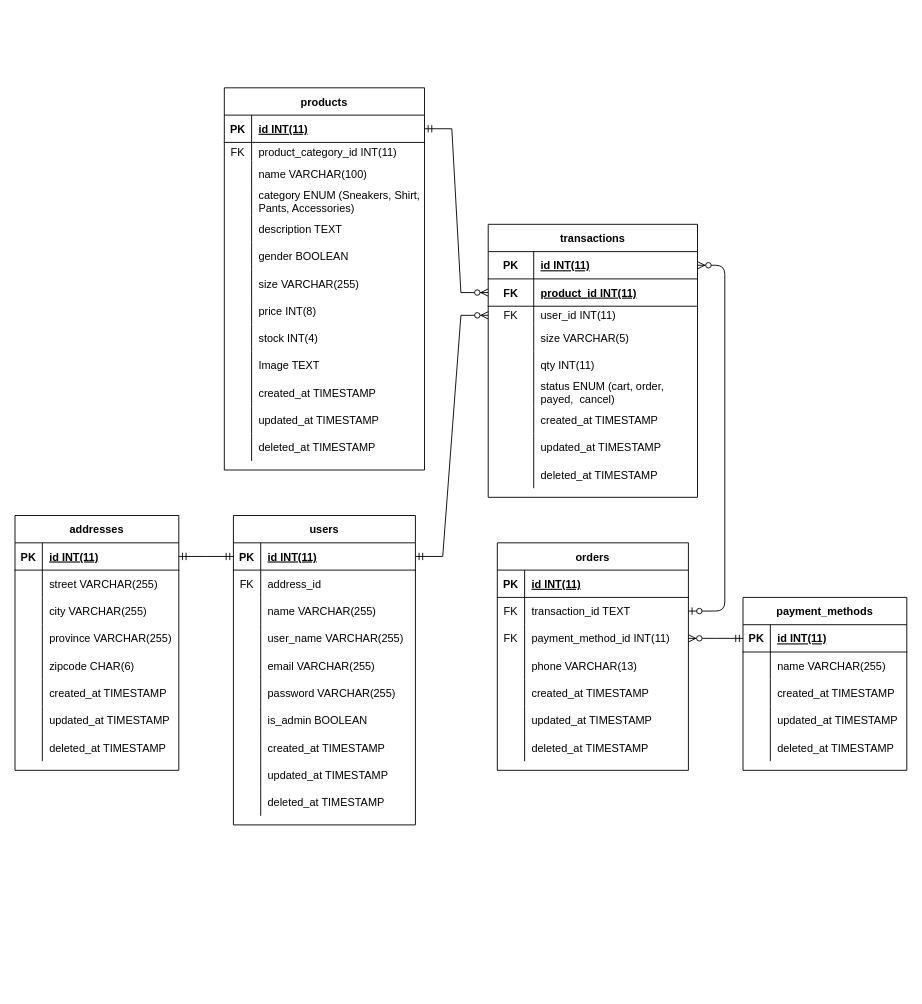
e-commerce-group-1/BE keeps this draw.io diagram as ERD/ERD Olshop.drawio. Above is the earlier version. Source tidied: cells renumbered, new cells numbered last; positions are measured from the earlier drawing's top-left corner, leaving out a move shared by most shapes. Both pictures are drawn from the tidied source at 91%, with x=0, y=0 at pixel (15, 87).
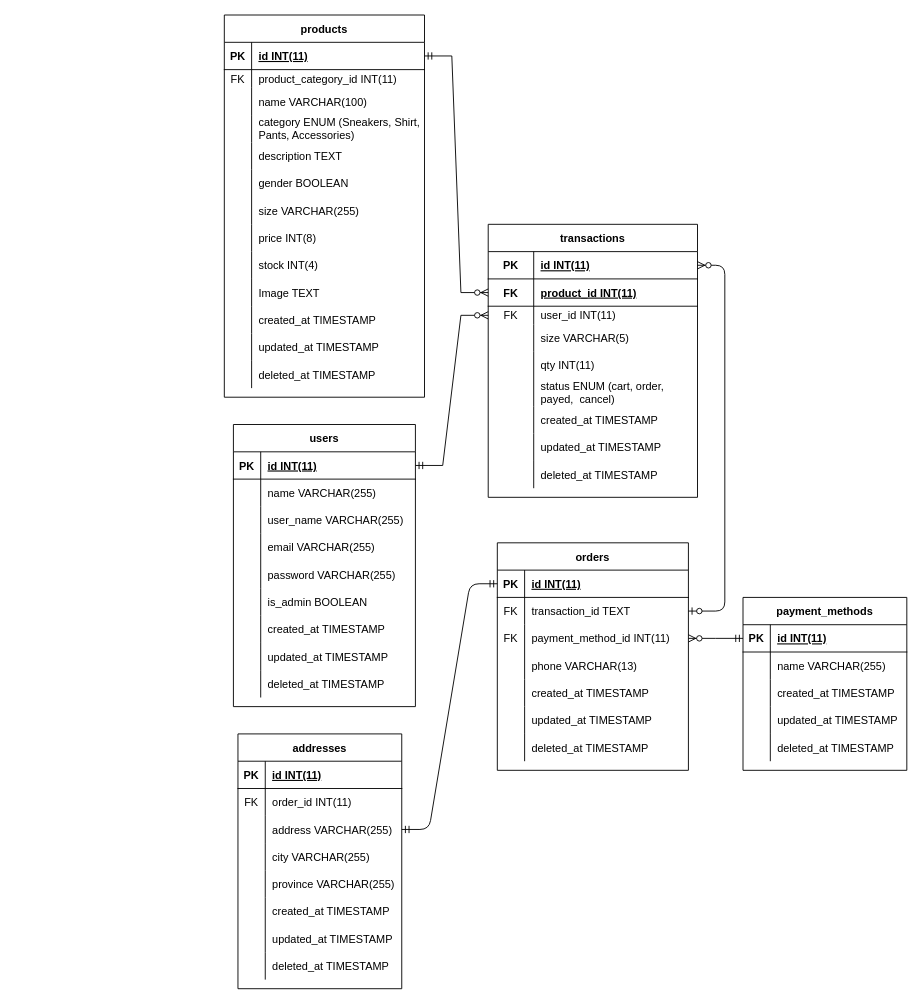
The same page after the edit.

Commit message (it also covers changes not shown here):
add address and order relation

Unchanged cells that the change refers to:
```xml
<mxCell id="3" style="shape=tableRow;horizontal=0;startSize=0;swimlaneHead=0;swimlaneBody=0;fillColor=none;points=[[0,0.5],[1,0.5]];portConstraint=eastwest;top=0;left=0;right=0;bottom=1;" parent="2" vertex="1">
  <mxGeometry y="30" width="200" height="30" as="geometry" />
</mxCell>
<mxCell id="146" style="shape=tableRow;horizontal=0;startSize=0;swimlaneHead=0;swimlaneBody=0;fillColor=none;points=[[0,0.5],[1,0.5]];portConstraint=eastwest;top=0;left=0;right=0;bottom=1;" parent="145" vertex="1">
  <mxGeometry y="30" width="210" height="30" as="geometry" />
</mxCell>
```

What changed in the source:
```diff
@@
     <mxCell id="2" value="users" style="shape=table;startSize=30;childLayout=tableLayout;rowLines=0;fontStyle=1;align=center;" parent="1" vertex="1">
-      <mxGeometry x="240" y="470" width="200" height="340" as="geometry" />
+      <mxGeometry x="240" y="370" width="200" height="310" as="geometry" />
     </mxCell>
@@
-    <mxCell id="6" style="shape=tableRow;horizontal=0;startSize=0;swimlaneHead=0;swimlaneBody=0;fillColor=none;top=0;left=0;right=0;bottom=0;" parent="2" vertex="1">
-      <mxGeometry y="60" width="200" height="30" as="geometry" />
-    </mxCell>
-    <mxCell id="7" value="FK" style="shape=partialRectangle;fillColor=none;top=0;left=0;bottom=0;right=0;overflow=hidden;" parent="6" vertex="1">
-      <mxGeometry width="30" height="30" as="geometry" />
-    </mxCell>
-    <mxCell id="8" value="address_id" style="shape=partialRectangle;fillColor=none;top=0;left=0;bottom=0;right=0;align=left;spacingLeft=6;overflow=hidden;" parent="6" vertex="1">
-      <mxGeometry x="30" width="170" height="30" as="geometry" />
-    </mxCell>
     <mxCell id="9" style="shape=tableRow;horizontal=0;startSize=0;swimlaneHead=0;swimlaneBody=0;fillColor=none;top=0;left=0;right=0;bottom=0;" parent="2" vertex="1">
-      <mxGeometry y="90" width="200" height="30" as="geometry" />
+      <mxGeometry y="60" width="200" height="30" as="geometry" />
     </mxCell>
@@
     <mxCell id="12" style="shape=tableRow;horizontal=0;startSize=0;swimlaneHead=0;swimlaneBody=0;fillColor=none;top=0;left=0;right=0;bottom=0;" parent="2" vertex="1">
-      <mxGeometry y="120" width="200" height="30" as="geometry" />
+      <mxGeometry y="90" width="200" height="30" as="geometry" />
     </mxCell>
@@
     <mxCell id="15" style="shape=tableRow;horizontal=0;startSize=0;swimlaneHead=0;swimlaneBody=0;fillColor=none;top=0;left=0;right=0;bottom=0;" parent="2" vertex="1">
-      <mxGeometry y="150" width="200" height="30" as="geometry" />
+      <mxGeometry y="120" width="200" height="30" as="geometry" />
     </mxCell>
@@
     <mxCell id="18" style="shape=tableRow;horizontal=0;startSize=0;swimlaneHead=0;swimlaneBody=0;fillColor=none;top=0;left=0;right=0;bottom=0;" parent="2" vertex="1">
-      <mxGeometry y="180" width="200" height="30" as="geometry" />
+      <mxGeometry y="150" width="200" height="30" as="geometry" />
     </mxCell>
@@
     <mxCell id="21" style="shape=tableRow;horizontal=0;startSize=0;swimlaneHead=0;swimlaneBody=0;fillColor=none;top=0;left=0;right=0;bottom=0;" parent="2" vertex="1">
-      <mxGeometry y="210" width="200" height="30" as="geometry" />
+      <mxGeometry y="180" width="200" height="30" as="geometry" />
     </mxCell>
@@
     <mxCell id="24" style="shape=tableRow;horizontal=0;startSize=0;swimlaneHead=0;swimlaneBody=0;fillColor=none;top=0;left=0;right=0;bottom=0;" parent="2" vertex="1">
-      <mxGeometry y="240" width="200" height="30" as="geometry" />
+      <mxGeometry y="210" width="200" height="30" as="geometry" />
     </mxCell>
@@
     <mxCell id="27" style="shape=tableRow;horizontal=0;startSize=0;swimlaneHead=0;swimlaneBody=0;fillColor=none;top=0;left=0;right=0;bottom=0;" parent="2" vertex="1">
-      <mxGeometry y="270" width="200" height="30" as="geometry" />
+      <mxGeometry y="240" width="200" height="30" as="geometry" />
     </mxCell>
@@
     <mxCell id="30" style="shape=tableRow;horizontal=0;startSize=0;swimlaneHead=0;swimlaneBody=0;fillColor=none;top=0;left=0;right=0;bottom=0;" parent="2" vertex="1">
-      <mxGeometry y="300" width="200" height="30" as="geometry" />
+      <mxGeometry y="270" width="200" height="30" as="geometry" />
     </mxCell>
@@
     <mxCell id="33" value="products" style="shape=table;startSize=30;childLayout=tableLayout;rowLines=0;fontStyle=1;align=center;" parent="1" vertex="1">
-      <mxGeometry x="230" width="220" height="420" as="geometry" />
+      <mxGeometry x="230" y="-80" width="220" height="420" as="geometry" />
     </mxCell>
@@
     <mxCell id="119" value="addresses" style="shape=table;startSize=30;childLayout=tableLayout;rowLines=0;fontStyle=1;align=center;" parent="1" vertex="1">
-      <mxGeometry y="470" width="180" height="280" as="geometry" />
+      <mxGeometry x="245" y="710" width="180" height="280" as="geometry" />
     </mxCell>
@@
+    <mxCell id="169" style="shape=partialRectangle;fillColor=none;top=0;left=0;bottom=0;right=0;" parent="119" vertex="1">
+      <mxGeometry y="60" width="180" height="30" as="geometry" />
+    </mxCell>
+    <mxCell id="7" value="FK" style="shape=partialRectangle;fillColor=none;top=0;left=0;bottom=0;right=0;fontStyle=0;overflow=hidden;" parent="169" vertex="1">
+      <mxGeometry width="30" height="30" as="geometry" />
+    </mxCell>
+    <mxCell id="170" value="order_id INT(11)" style="shape=partialRectangle;fillColor=none;top=0;left=0;bottom=0;right=0;align=left;spacingLeft=6;fontStyle=0;overflow=hidden;" parent="169" vertex="1">
+      <mxGeometry x="30" width="150" height="30" as="geometry" />
+    </mxCell>
     <mxCell id="123" style="shape=tableRow;horizontal=0;startSize=0;swimlaneHead=0;swimlaneBody=0;fillColor=none;points=[[0,0.5],[1,0.5]];portConstraint=eastwest;top=0;left=0;right=0;bottom=0;" parent="119" vertex="1">
-      <mxGeometry y="60" width="180" height="30" as="geometry" />
+      <mxGeometry y="90" width="180" height="30" as="geometry" />
     </mxCell>
@@
-    <mxCell id="125" value="street VARCHAR(255)" style="shape=partialRectangle;fillColor=none;top=0;left=0;bottom=0;right=0;align=left;spacingLeft=6;overflow=hidden;" parent="123" vertex="1">
+    <mxCell id="125" value="address VARCHAR(255)" style="shape=partialRectangle;fillColor=none;top=0;left=0;bottom=0;right=0;align=left;spacingLeft=6;overflow=hidden;" parent="123" vertex="1">
       <mxGeometry x="30" width="150" height="30" as="geometry" />
     </mxCell>
     <mxCell id="126" style="shape=tableRow;horizontal=0;startSize=0;swimlaneHead=0;swimlaneBody=0;fillColor=none;top=0;left=0;right=0;bottom=0;" parent="119" vertex="1">
-      <mxGeometry y="90" width="180" height="30" as="geometry" />
+      <mxGeometry y="120" width="180" height="30" as="geometry" />
     </mxCell>
@@
     <mxCell id="129" style="shape=tableRow;horizontal=0;startSize=0;swimlaneHead=0;swimlaneBody=0;fillColor=none;top=0;left=0;right=0;bottom=0;" parent="119" vertex="1">
-      <mxGeometry y="120" width="180" height="30" as="geometry" />
+      <mxGeometry y="150" width="180" height="30" as="geometry" />
     </mxCell>
@@
-    <mxCell id="132" style="shape=tableRow;horizontal=0;startSize=0;swimlaneHead=0;swimlaneBody=0;fillColor=none;top=0;left=0;right=0;bottom=0;" parent="119" vertex="1">
-      <mxGeometry y="150" width="180" height="30" as="geometry" />
-    </mxCell>
-    <mxCell id="133" style="shape=partialRectangle;fillColor=none;top=0;left=0;bottom=0;right=0;overflow=hidden;" parent="132" vertex="1">
-      <mxGeometry width="30" height="30" as="geometry" />
-    </mxCell>
-    <mxCell id="134" value="zipcode CHAR(6)" style="shape=partialRectangle;fillColor=none;top=0;left=0;bottom=0;right=0;align=left;spacingLeft=6;overflow=hidden;" parent="132" vertex="1">
-      <mxGeometry x="30" width="150" height="30" as="geometry" />
-    </mxCell>
@@
-    <mxCell id="144" style="edgeStyle=entityRelationEdgeStyle;fontSize=12;html=1;endArrow=ERmandOne;startArrow=ERmandOne;rounded=0;entryX=0;entryY=0.5;entryDx=0;entryDy=0;" parent="1" edge="1" target="3">
-      <mxGeometry relative="1" as="geometry">
-        <mxPoint x="180" y="515" as="sourcePoint" />
-      </mxGeometry>
-    </mxCell>
@@
+    <mxCell id="171" style="edgeStyle=entityRelationEdgeStyle;fontSize=12;html=1;endArrow=ERmandOne;startArrow=ERmandOne;exitX=1;exitY=0.5;exitDx=0;exitDy=0;entryX=0;entryY=0.5;entryDx=0;entryDy=0;" parent="1" edge="1" source="123" target="146">
+      <mxGeometry relative="1" as="geometry" />
+    </mxCell>
```
